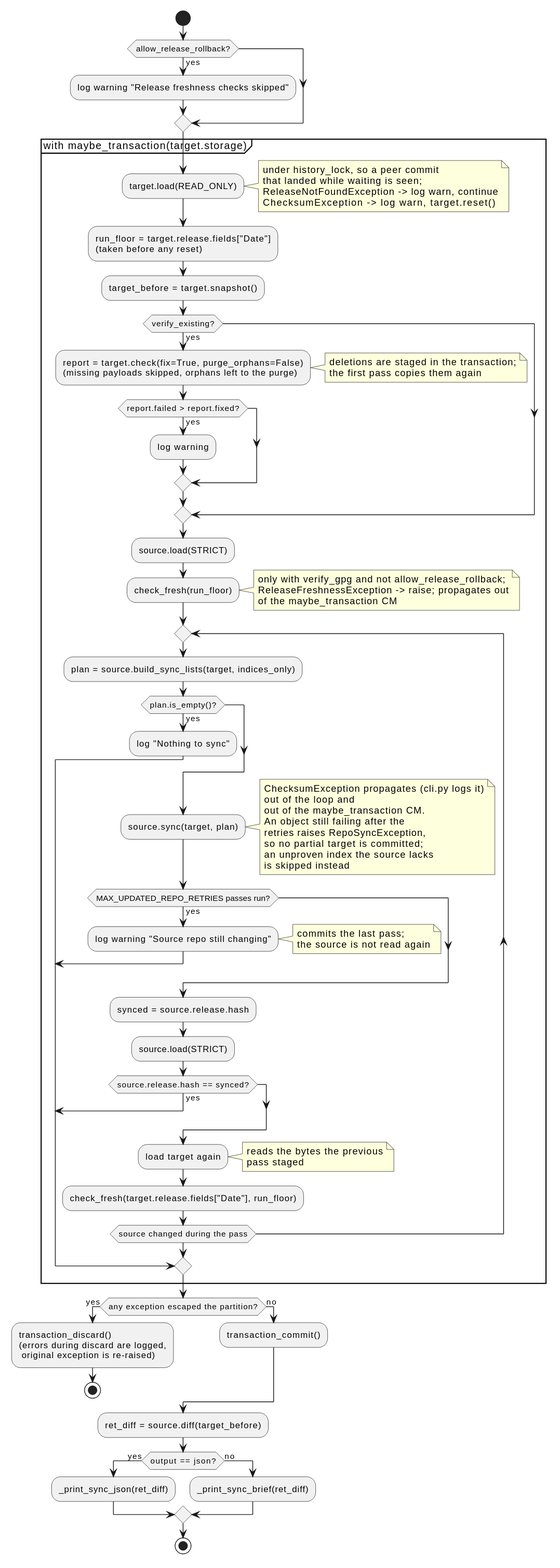
This is docs/development/diagrams/action-sync-activity.svg from vinklat/debkit, a PlantUML export, as it was before one commit. Its source is kept beside it as docs/development/diagrams/action-sync-activity.puml.
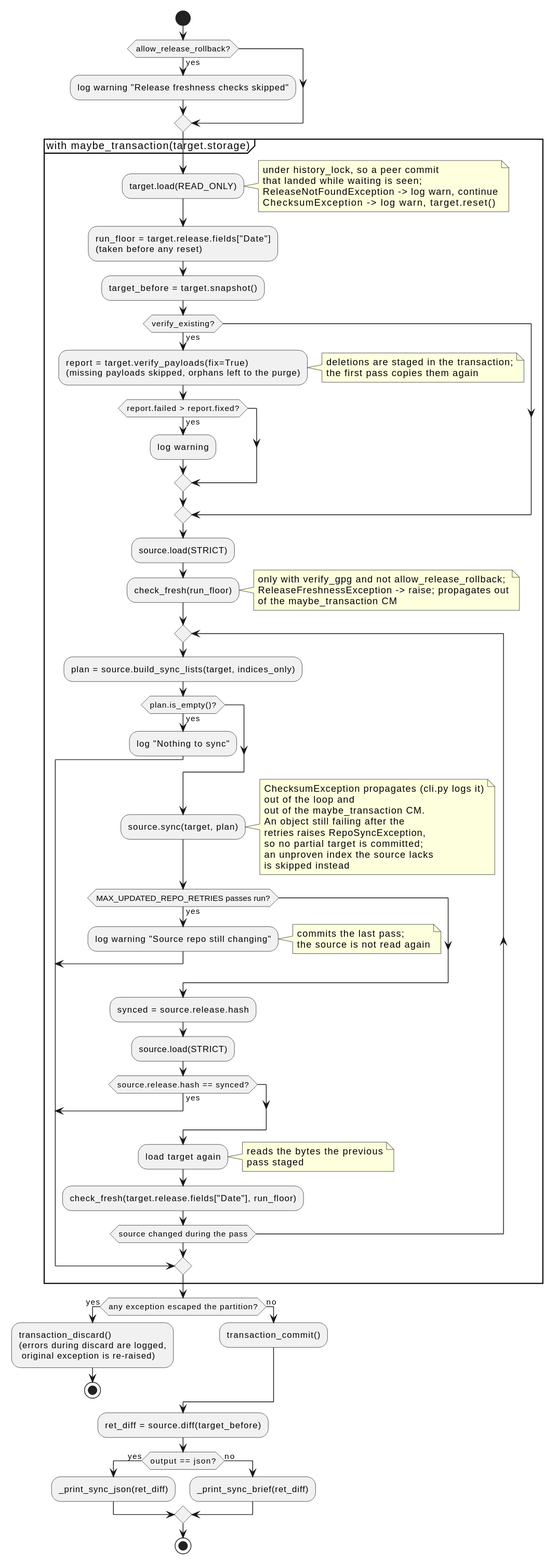
The same file after the commit.

The edit, as a diff of the source:
```diff
@@ -16,7 +16,7 @@
   (taken before any reset);
   :target_before = target.snapshot();
   if (verify_existing?) then (yes)
-    :report = target.check(fix=True, purge_orphans=False)
+    :report = target.verify_payloads(fix=True)
     (missing payloads skipped, orphans left to the purge);
     note right
       deletions are staged in the transaction;
```
